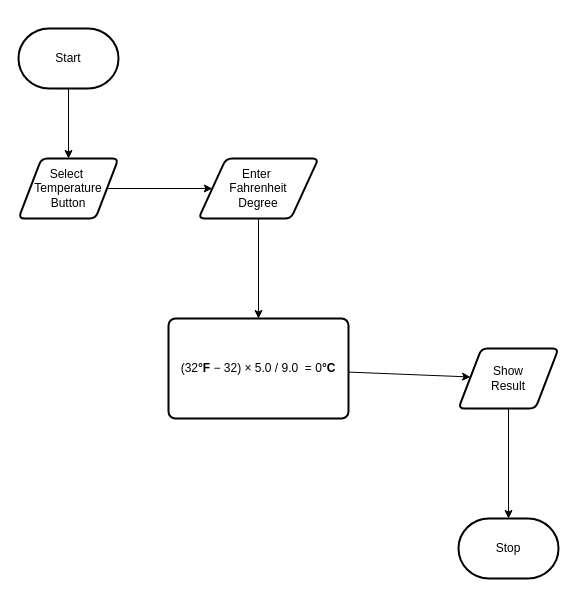
Earlier version of the draw.io diagram design/flowchart.drawio (MTHS-ICD2O-1-2023/ICD2O-Unit-3-04-George-Khalil-29). Source tidied: cells renumbered, new cells numbered last; positions are measured from the earlier drawing's top-left corner, leaving out a move shared by most shapes. Both pictures are drawn from the tidied source at 100%, with x=0, y=0 at pixel (18, 28).
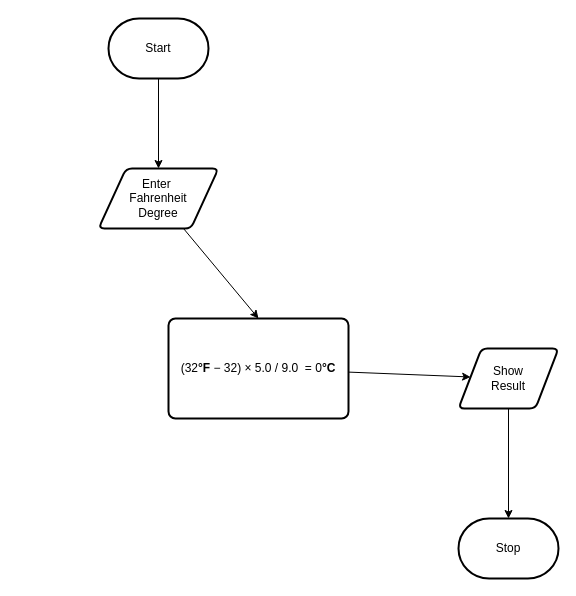
The same page after the edit.

Diff of the diagram source:
```diff
@@
 <mxGraphModel>
   <root>
     <mxCell id="0" />
     <mxCell id="1" parent="0" />
-    <mxCell id="2" style="edgeStyle=none;html=1;" parent="1" edge="1" source="3" target="6">
+    <mxCell id="2" style="edgeStyle=none;html=1;entryX=0.5;entryY=0;entryDx=0;entryDy=0;" parent="1" edge="1" source="3" target="8">
       <mxGeometry relative="1" as="geometry" />
     </mxCell>
     <mxCell id="3" value="Start" style="strokeWidth=2;html=1;shape=mxgraph.flowchart.terminator;whiteSpace=wrap;" parent="1" vertex="1">
-      <mxGeometry width="100" height="60" as="geometry" />
+      <mxGeometry x="90" y="-10" width="100" height="60" as="geometry" />
     </mxCell>
     <mxCell id="4" value="Stop" style="strokeWidth=2;html=1;shape=mxgraph.flowchart.terminator;whiteSpace=wrap;" parent="1" vertex="1">
       <mxGeometry x="440" y="490" width="100" height="60" as="geometry" />
     </mxCell>
-    <mxCell id="5" style="edgeStyle=none;html=1;" parent="1" edge="1" source="6" target="8">
-      <mxGeometry relative="1" as="geometry" />
-    </mxCell>
-    <mxCell id="6" value="Select&amp;nbsp;&lt;br&gt;Temperature&lt;br&gt;Button" style="shape=parallelogram;html=1;strokeWidth=2;perimeter=parallelogramPerimeter;whiteSpace=wrap;rounded=1;arcSize=12;size=0.23;" parent="1" vertex="1">
-      <mxGeometry y="130" width="100" height="60" as="geometry" />
-    </mxCell>
     <mxCell id="7" style="edgeStyle=none;html=1;" parent="1" edge="1" source="8">
       <mxGeometry relative="1" as="geometry">
         <mxPoint x="240" y="290" as="targetPoint" />
       </mxGeometry>
     </mxCell>
     <mxCell id="8" value="Enter&amp;nbsp;&lt;br&gt;Fahrenheit&lt;br&gt;Degree" style="shape=parallelogram;html=1;strokeWidth=2;perimeter=parallelogramPerimeter;whiteSpace=wrap;rounded=1;arcSize=12;size=0.23;" parent="1" vertex="1">
-      <mxGeometry x="180" y="130" width="120" height="60" as="geometry" />
+      <mxGeometry x="80" y="140" width="120" height="60" as="geometry" />
     </mxCell>
     <mxCell id="9" style="edgeStyle=none;html=1;" parent="1" edge="1" source="10" target="12">
       <mxGeometry relative="1" as="geometry" />
     </mxCell>
     <mxCell id="10" value="&lt;div style=&quot;margin-bottom: 2px; padding: 2.5px 3px 1.5px;&quot; class=&quot;bjhkR&quot;&gt;(32&lt;b&gt;°F&lt;/b&gt;&amp;nbsp;− 32) × 5.0 / 9.0&amp;nbsp; = 0&lt;b&gt;°C&lt;/b&gt;&lt;/div&gt;" style="rounded=1;whiteSpace=wrap;html=1;absoluteArcSize=1;arcSize=14;strokeWidth=2;" parent="1" vertex="1">
       <mxGeometry x="150" y="290" width="180" height="100" as="geometry" />
     </mxCell>
     <mxCell id="11" style="edgeStyle=none;html=1;" parent="1" edge="1" source="12" target="4">
       <mxGeometry relative="1" as="geometry" />
     </mxCell>
     <mxCell id="12" value="Show&lt;br&gt;Result" style="shape=parallelogram;html=1;strokeWidth=2;perimeter=parallelogramPerimeter;whiteSpace=wrap;rounded=1;arcSize=12;size=0.23;" parent="1" vertex="1">
       <mxGeometry x="440" y="320" width="100" height="60" as="geometry" />
     </mxCell>
   </root>
 </mxGraphModel>
```
